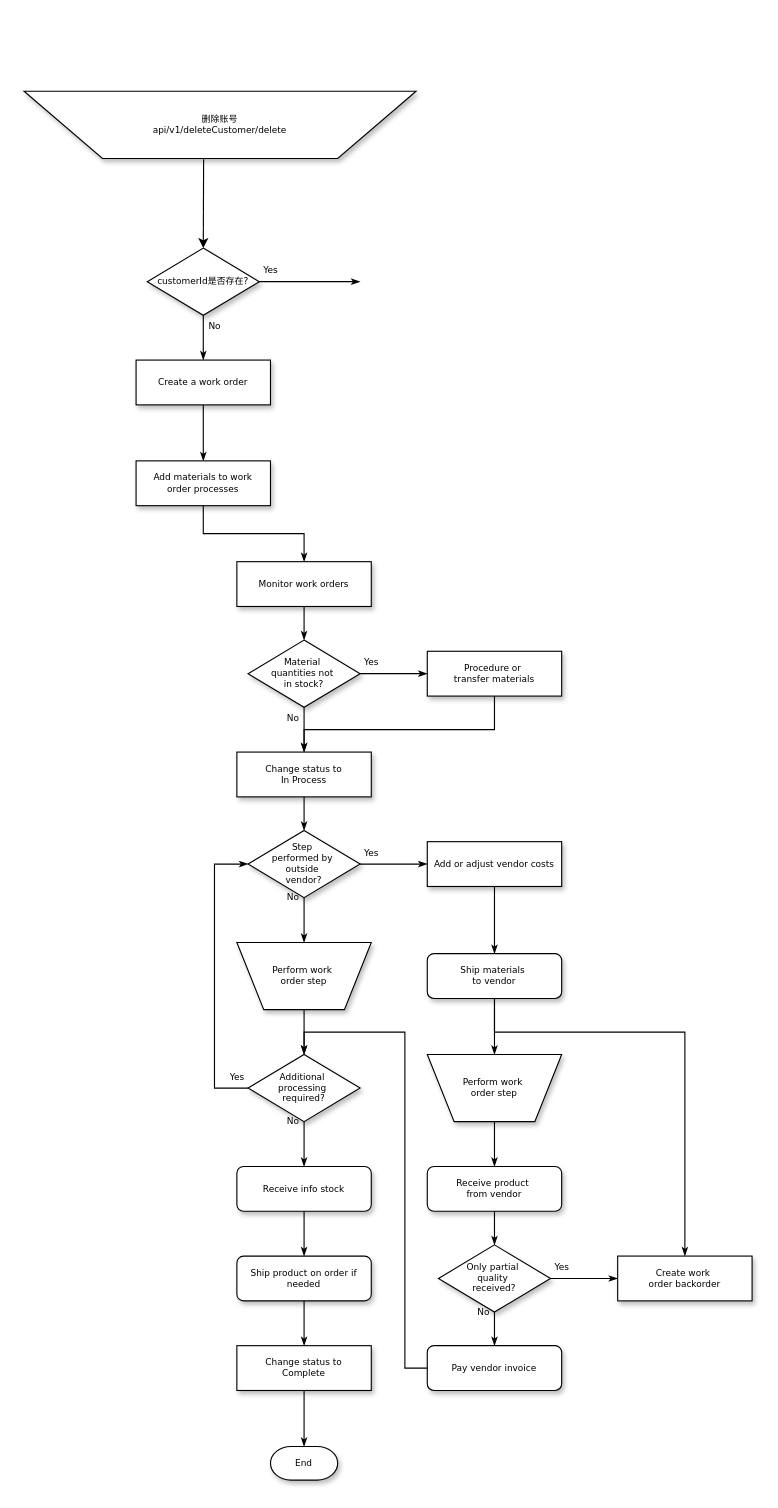
The draw.io diagram Untitled Diagram.drawio in tjbklx1/web_demo, before the edit. Source tidied: cells renumbered, new cells numbered last; positions are measured from the earlier drawing's top-left corner, leaving out a move shared by most shapes. Both pictures are drawn from the tidied source at 112%, with x=0, y=0 at pixel (24, 91).
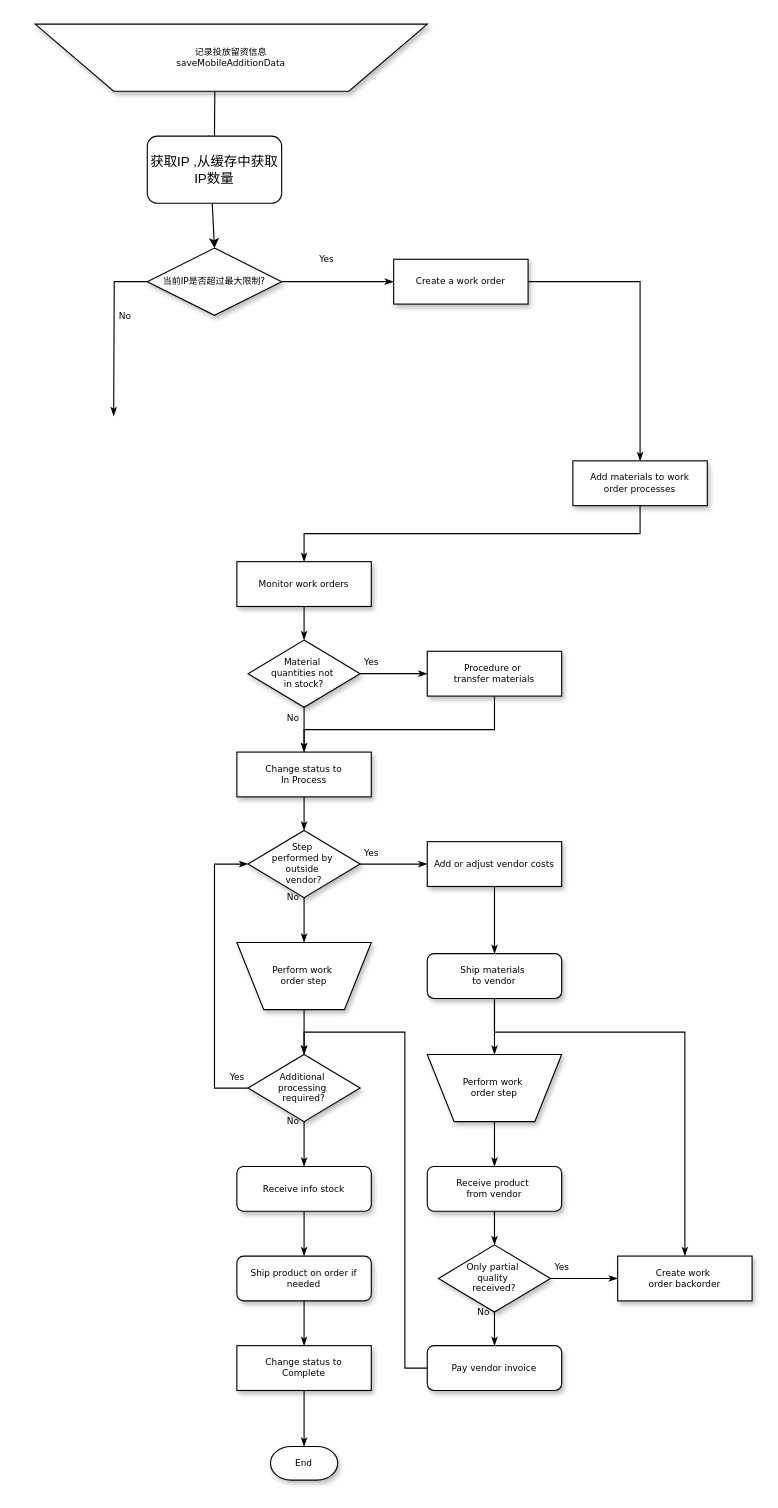
Above is the later version.

The edit, as a diff of the source:
```diff
@@
-    <mxCell id="2" value="删除账号&lt;br&gt;&lt;span style=&quot;font-size: 8px&quot;&gt;api/v1/deleteCustomer/delete&lt;/span&gt;" style="shape=trapezoid;whiteSpace=wrap;html=1;rounded=0;shadow=1;labelBackgroundColor=none;strokeWidth=1;fontFamily=Verdana;fontSize=8;align=center;flipV=1;direction=east;" parent="1" vertex="1">
-      <mxGeometry width="350" height="60" as="geometry" />
+    <mxCell id="2" value="记录投放留资信息&lt;br&gt;&lt;span style=&quot;font-size: 8px&quot;&gt;saveMobileAdditionData&lt;/span&gt;" style="shape=trapezoid;whiteSpace=wrap;html=1;rounded=0;shadow=1;labelBackgroundColor=none;strokeWidth=1;fontFamily=Verdana;fontSize=8;align=center;flipV=1;direction=east;" parent="1" vertex="1">
+      <mxGeometry x="10" y="-60" width="350" height="60" as="geometry" />
     </mxCell>
-    <mxCell id="3" value="Yes" style="edgeStyle=orthogonalEdgeStyle;rounded=0;html=1;labelBackgroundColor=none;startSize=5;endArrow=classicThin;endFill=1;endSize=5;jettySize=auto;strokeWidth=1;fontFamily=Verdana;fontSize=8;" parent="1" edge="1" source="5">
-      <mxGeometry x="-0.78" y="10" relative="1" as="geometry">
-        <mxPoint x="300" y="170" as="targetPoint" />
+    <mxCell id="3" value="No" style="edgeStyle=orthogonalEdgeStyle;rounded=0;html=1;labelBackgroundColor=none;startSize=5;endArrow=classicThin;endFill=1;endSize=5;jettySize=auto;strokeWidth=1;fontFamily=Verdana;fontSize=8;" parent="1" edge="1" source="5">
+      <mxGeometry x="-0.2" y="10" relative="1" as="geometry">
+        <mxPoint x="80" y="290" as="targetPoint" />
       </mxGeometry>
     </mxCell>
-    <mxCell id="4" value="No" style="edgeStyle=orthogonalEdgeStyle;rounded=0;html=1;labelBackgroundColor=none;startSize=5;endArrow=classicThin;endFill=1;endSize=5;jettySize=auto;strokeWidth=1;fontFamily=Verdana;fontSize=8;" parent="1" edge="1" source="5" target="7">
-      <mxGeometry x="-0.5" y="10" relative="1" as="geometry" />
-    </mxCell>
-    <mxCell id="5" value="customerId是否存在?" style="rhombus;whiteSpace=wrap;html=1;rounded=0;shadow=1;labelBackgroundColor=none;strokeWidth=1;fontFamily=Verdana;fontSize=8;align=center;" parent="1" vertex="1">
-      <mxGeometry x="110" y="140" width="100" height="60" as="geometry" />
+    <mxCell id="5" value="当前IP是否超过最大限制?" style="rhombus;whiteSpace=wrap;html=1;rounded=0;shadow=1;labelBackgroundColor=none;strokeWidth=1;fontFamily=Verdana;fontSize=8;align=center;" parent="1" vertex="1">
+      <mxGeometry x="110" y="140" width="120" height="60" as="geometry" />
     </mxCell>
@@
     <mxCell id="7" value="Create a work order" style="whiteSpace=wrap;html=1;rounded=0;shadow=1;labelBackgroundColor=none;strokeWidth=1;fontFamily=Verdana;fontSize=8;align=center;" parent="1" vertex="1">
-      <mxGeometry x="100" y="240" width="120" height="40" as="geometry" />
+      <mxGeometry x="330" y="150" width="120" height="40" as="geometry" />
     </mxCell>
     <mxCell id="8" value="Add materials to work order processes" style="whiteSpace=wrap;html=1;rounded=0;shadow=1;labelBackgroundColor=none;strokeWidth=1;fontFamily=Verdana;fontSize=8;align=center;spacing=6;" parent="1" vertex="1">
-      <mxGeometry x="100" y="330" width="120" height="40" as="geometry" />
+      <mxGeometry x="490" y="330" width="120" height="40" as="geometry" />
     </mxCell>
@@
-    <mxCell id="49" style="endArrow=classic;html=1;rounded=0;exitX=0.458;exitY=-0.01;exitDx=0;exitDy=0;exitPerimeter=0;entryX=0.5;entryY=0;entryDx=0;entryDy=0;" parent="1" edge="1" source="2" target="5">
+    <mxCell id="49" style="endArrow=classic;html=1;rounded=0;exitX=0.458;exitY=-0.01;exitDx=0;exitDy=0;exitPerimeter=0;entryX=0.5;entryY=0;entryDx=0;entryDy=0;startArrow=none;" parent="1" edge="1" source="50" target="5">
       <mxGeometry relative="1" as="geometry" />
     </mxCell>
+    <mxCell id="50" value="获取IP ,从缓存中获取IP数量" style="rounded=1;whiteSpace=wrap;html=1;" parent="1" vertex="1">
+      <mxGeometry x="110" y="40" width="120" height="60" as="geometry" />
+    </mxCell>
+    <mxCell id="51" style="endArrow=none;html=1;rounded=0;exitX=0.458;exitY=-0.01;exitDx=0;exitDy=0;exitPerimeter=0;entryX=0.5;entryY=0;entryDx=0;entryDy=0;" parent="1" edge="1" source="2" target="50">
+      <mxGeometry relative="1" as="geometry" />
+    </mxCell>
+    <mxCell id="4" value="Yes" style="edgeStyle=orthogonalEdgeStyle;rounded=0;html=1;labelBackgroundColor=none;startSize=5;endArrow=classicThin;endFill=1;endSize=5;jettySize=auto;strokeWidth=1;fontFamily=Verdana;fontSize=8;exitX=1;exitY=0.5;exitDx=0;exitDy=0;entryX=0;entryY=0.5;entryDx=0;entryDy=0;" parent="1" edge="1" source="5" target="7">
+      <mxGeometry x="-0.2" y="20" relative="1" as="geometry" />
+    </mxCell>
```
